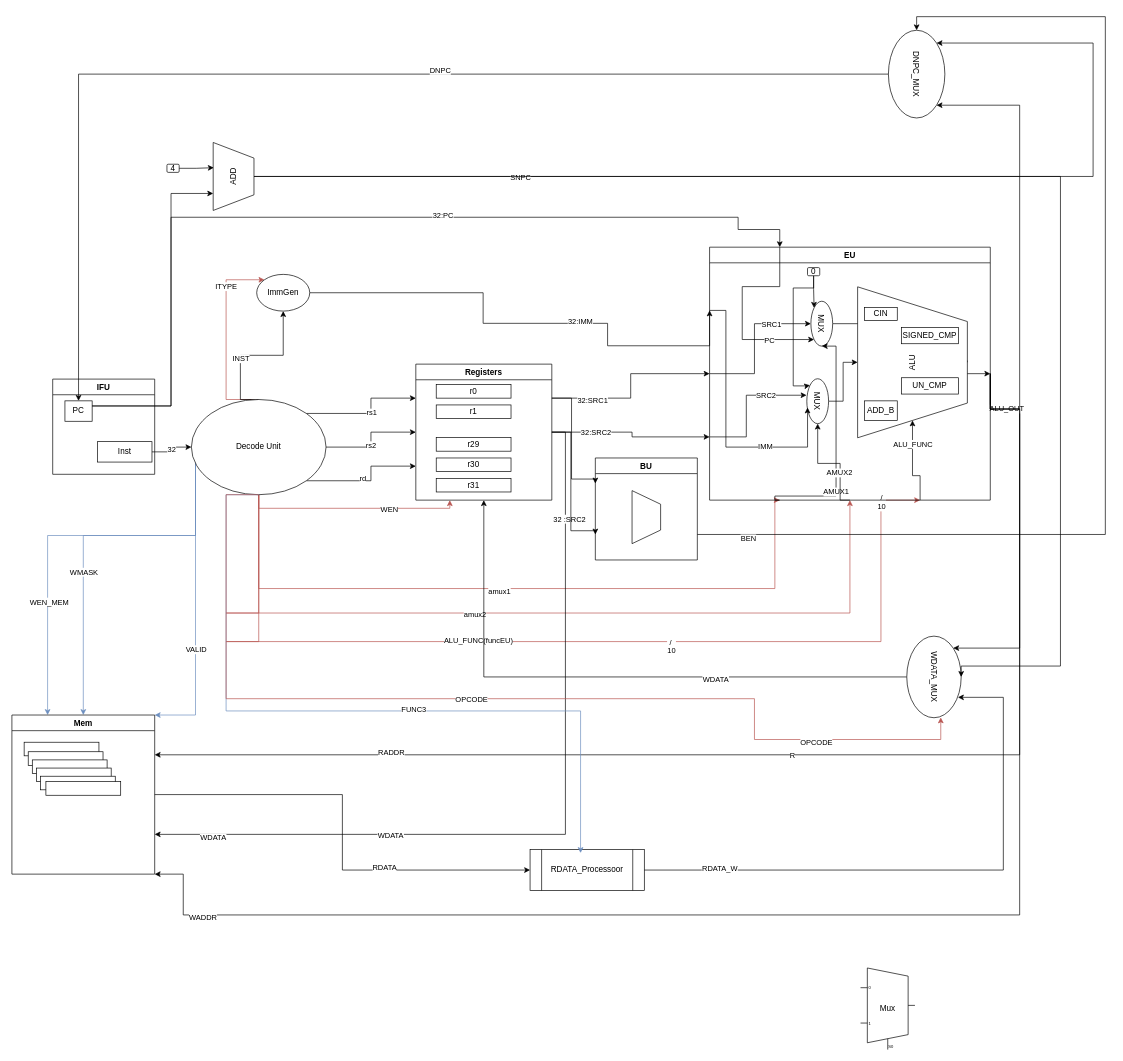
This is page "第 1 页" (1 of 3) of cpu.drawio from rand-kcs/cpu-design, a draw.io file, before an edit. Source tidied: cells renumbered, new cells numbered last; positions are measured from the earlier drawing's top-left corner, leaving out a move shared by most shapes. Both pictures are drawn from the tidied source at 68%, with x=0, y=0 at pixel (12, 16).
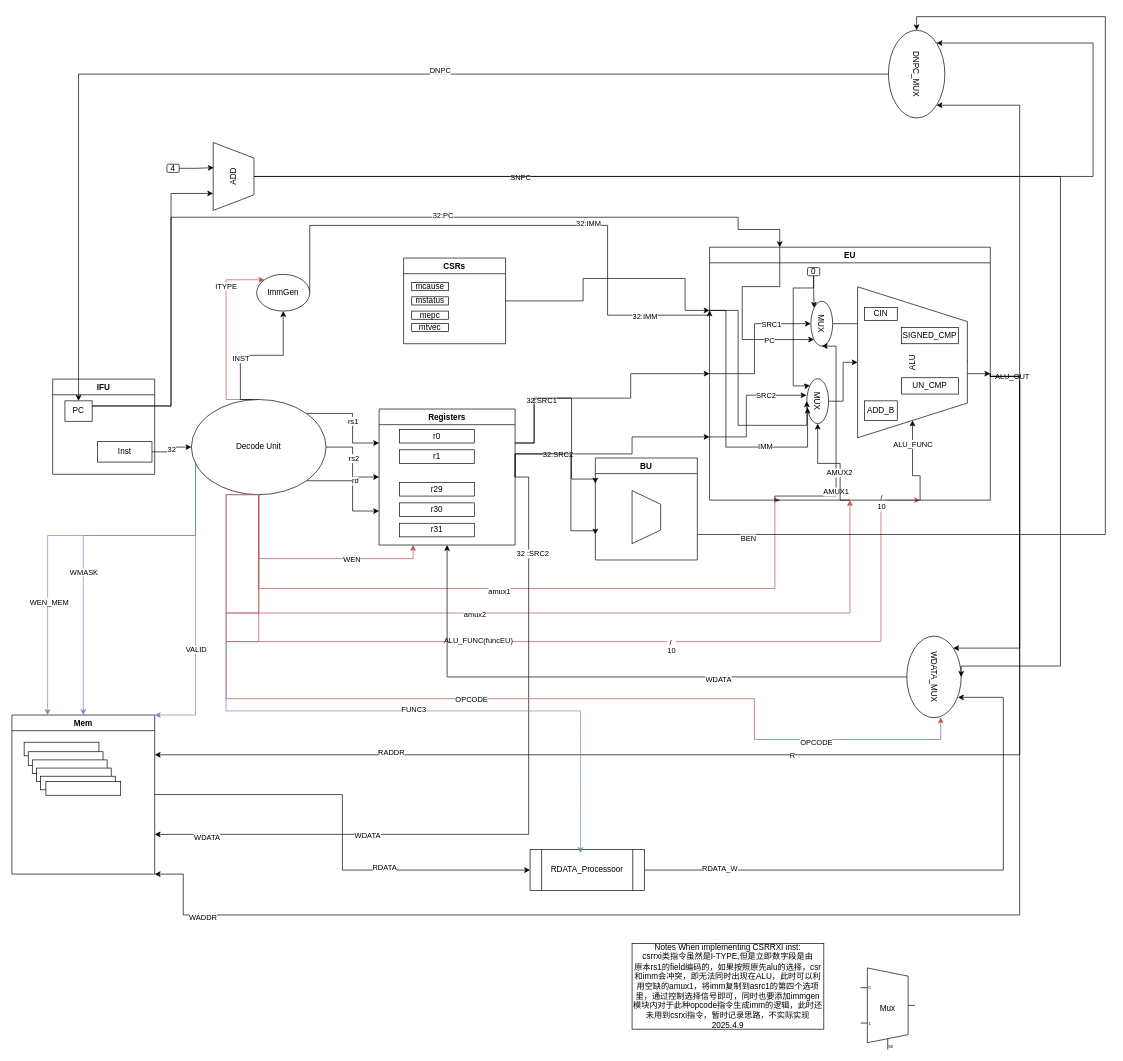
Above is the later version.

Commit message:
half work on CSR

The change refers to these unchanged cells:
```xml
<mxCell id="38" value="Mem" style="swimlane;whiteSpace=wrap;html=1;" parent="1" vertex="1">
  <mxGeometry y="1027" width="210" height="234" as="geometry" />
</mxCell>
<mxCell id="61" value="ImmGen" style="ellipse;whiteSpace=wrap;html=1;" parent="1" vertex="1">
  <mxGeometry x="360" y="379" width="78" height="54" as="geometry" />
</mxCell>
<mxCell id="69" value="EU" style="swimlane;whiteSpace=wrap;html=1;" parent="1" vertex="1">
  <mxGeometry x="1026" y="339" width="412.8" height="372" as="geometry" />
</mxCell>
<mxCell id="77" value="MUX" style="ellipse;whiteSpace=wrap;html=1;rotation=90;" parent="69" vertex="1">
  <mxGeometry x="126" y="210.5" width="66" height="32" as="geometry" />
</mxCell>
<mxCell id="101" value="WDATA_MUX" style="ellipse;whiteSpace=wrap;html=1;rotation=90;" parent="1" vertex="1">
  <mxGeometry x="1296" y="931" width="120" height="80" as="geometry" />
</mxCell>
<mxCell id="112" value="DNPC_MUX" style="ellipse;whiteSpace=wrap;html=1;rotation=90;" parent="1" vertex="1">
  <mxGeometry x="1266" y="43" width="129" height="83" as="geometry" />
</mxCell>
<mxCell id="123" value="BU" style="swimlane;whiteSpace=wrap;html=1;" parent="1" vertex="1">
  <mxGeometry x="858" y="649" width="150" height="150" as="geometry" />
</mxCell>
```

What changed in the source:
```diff
@@
     <mxCell id="36" style="edgeStyle=orthogonalEdgeStyle;rounded=0;jettySize=auto;html=1;exitX=1;exitY=0.25;exitDx=0;exitDy=0;entryX=0;entryY=0.5;entryDx=0;entryDy=0;" parent="1" edge="1" source="53" target="69">
       <mxGeometry relative="1" as="geometry">
         <Array as="points">
+          <mxPoint x="768" y="627" />
+          <mxPoint x="768" y="561" />
           <mxPoint x="910" y="561" />
           <mxPoint x="910" y="525" />
         </Array>
       </mxGeometry>
     </mxCell>
@@
     <mxCell id="45" style="edgeStyle=orthogonalEdgeStyle;rounded=0;jettySize=auto;html=1;exitX=1;exitY=0.5;exitDx=0;exitDy=0;entryX=0;entryY=0.75;entryDx=0;entryDy=0;" parent="1" edge="1" source="53" target="69">
       <mxGeometry relative="1" as="geometry">
         <Array as="points">
-          <mxPoint x="912" y="611" />
+          <mxPoint x="740" y="643" />
+          <mxPoint x="912" y="643" />
           <mxPoint x="912" y="618" />
         </Array>
       </mxGeometry>
     </mxCell>
@@
     <mxCell id="51" style="edgeStyle=orthogonalEdgeStyle;rounded=0;jettySize=auto;html=1;exitX=1;exitY=0.25;exitDx=0;exitDy=0;entryX=0;entryY=0.25;entryDx=0;entryDy=0;" parent="1" edge="1" source="53" target="123">
       <mxGeometry relative="1" as="geometry">
         <Array as="points">
+          <mxPoint x="768" y="627" />
+          <mxPoint x="768" y="561" />
           <mxPoint x="823" y="561" />
           <mxPoint x="823" y="680" />
+          <mxPoint x="858" y="680" />
         </Array>
       </mxGeometry>
     </mxCell>
     <mxCell id="52" style="edgeStyle=orthogonalEdgeStyle;rounded=0;jettySize=auto;html=1;exitX=1;exitY=0.5;exitDx=0;exitDy=0;entryX=0;entryY=0.75;entryDx=0;entryDy=0;" parent="1" edge="1" source="53" target="123">
       <mxGeometry relative="1" as="geometry">
         <Array as="points">
-          <mxPoint x="822" y="611" />
+          <mxPoint x="740" y="643" />
+          <mxPoint x="822" y="643" />
           <mxPoint x="822" y="756" />
           <mxPoint x="858" y="756" />
         </Array>
       </mxGeometry>
     </mxCell>
     <mxCell id="53" value="Registers" style="swimlane;whiteSpace=wrap;html=1;" parent="1" vertex="1">
-      <mxGeometry x="594" y="511" width="200" height="200" as="geometry" />
+      <mxGeometry x="540" y="577" width="200" height="200" as="geometry" />
     </mxCell>
@@
     <mxCell id="59" style="edgeStyle=orthogonalEdgeStyle;rounded=0;jettySize=auto;html=1;exitX=1;exitY=0.5;exitDx=0;exitDy=0;entryX=0;entryY=0.25;entryDx=0;entryDy=0;" parent="1" edge="1" source="61" target="69">
       <mxGeometry relative="1" as="geometry">
         <Array as="points">
-          <mxPoint x="693" y="406" />
-          <mxPoint x="693" y="451" />
-          <mxPoint x="876" y="451" />
-          <mxPoint x="876" y="484" />
+          <mxPoint x="438" y="307" />
+          <mxPoint x="876" y="307" />
+          <mxPoint x="876" y="439" />
+          <mxPoint x="1026" y="439" />
         </Array>
       </mxGeometry>
     </mxCell>
@@
+    <mxCell id="125" value="32:IMM" style="edgeLabel;html=1;align=center;verticalAlign=middle;" parent="59" vertex="1">
+      <mxGeometry x="0.75" y="-1" relative="1" as="geometry" />
+    </mxCell>
@@
     <mxCell id="62" style="edgeStyle=orthogonalEdgeStyle;rounded=0;jettySize=auto;html=1;exitX=1;exitY=0.5;exitDx=0;exitDy=0;entryX=0;entryY=0;entryDx=0;entryDy=0;" parent="1" edge="1" source="69" target="101">
       <mxGeometry relative="1" as="geometry">
         <Array as="points">
-          <mxPoint x="1482" y="577" />
+          <mxPoint x="1439" y="529" />
+          <mxPoint x="1482" y="529" />
           <mxPoint x="1482" y="929" />
         </Array>
       </mxGeometry>
     </mxCell>
     <mxCell id="63" value="ALU_OUT" style="edgeLabel;html=1;align=center;verticalAlign=middle;" parent="62" vertex="1">
-      <mxGeometry x="-0.72" y="1" relative="1" as="geometry" />
+      <mxGeometry x="-0.72" y="1" relative="1" as="geometry">
+        <mxPoint x="-13" y="-28" as="offset" />
+      </mxGeometry>
     </mxCell>
     <mxCell id="64" style="edgeStyle=orthogonalEdgeStyle;rounded=0;jettySize=auto;html=1;exitX=1;exitY=0.5;exitDx=0;exitDy=0;entryX=1;entryY=0;entryDx=0;entryDy=0;" parent="1" edge="1" source="69" target="112">
       <mxGeometry relative="1" as="geometry">
         <Array as="points">
-          <mxPoint x="1482" y="577" />
+          <mxPoint x="1439" y="529" />
+          <mxPoint x="1482" y="529" />
           <mxPoint x="1482" y="130" />
         </Array>
       </mxGeometry>
     </mxCell>
     <mxCell id="65" value="R" style="edgeStyle=orthogonalEdgeStyle;rounded=0;jettySize=auto;html=1;exitX=1;exitY=0.5;exitDx=0;exitDy=0;entryX=1;entryY=0.25;entryDx=0;entryDy=0;" parent="1" edge="1" source="69" target="38">
       <mxGeometry relative="1" as="geometry">
         <Array as="points">
-          <mxPoint x="1482" y="577" />
+          <mxPoint x="1439" y="529" />
+          <mxPoint x="1482" y="529" />
           <mxPoint x="1482" y="1086" />
         </Array>
       </mxGeometry>
     </mxCell>
@@
     <mxCell id="67" style="edgeStyle=orthogonalEdgeStyle;rounded=0;jettySize=auto;html=1;exitX=1;exitY=0.5;exitDx=0;exitDy=0;entryX=1;entryY=1;entryDx=0;entryDy=0;" parent="1" edge="1" source="69" target="38">
       <mxGeometry relative="1" as="geometry">
         <Array as="points">
-          <mxPoint x="1482" y="577" />
+          <mxPoint x="1439" y="529" />
+          <mxPoint x="1482" y="529" />
           <mxPoint x="1482" y="1321" />
           <mxPoint x="252" y="1321" />
           <mxPoint x="252" y="1261" />
         </Array>
       </mxGeometry>
     </mxCell>
@@
+    <mxCell id="126" style="edgeStyle=orthogonalEdgeStyle;rounded=0;jettySize=auto;html=1;exitX=0;exitY=0.25;exitDx=0;exitDy=0;entryX=0.5;entryY=1;entryDx=0;entryDy=0;" parent="69" edge="1" source="69" target="77">
+      <mxGeometry relative="1" as="geometry">
+        <Array as="points">
+          <mxPoint x="42" y="93" />
+          <mxPoint x="42" y="262" />
+          <mxPoint x="143" y="262" />
+        </Array>
+      </mxGeometry>
+    </mxCell>
@@
+    <mxCell id="127" style="edgeStyle=orthogonalEdgeStyle;rounded=0;jettySize=auto;html=1;exitX=1;exitY=0.5;exitDx=0;exitDy=0;entryX=0;entryY=0.25;entryDx=0;entryDy=0;" parent="1" edge="1" source="128" target="69">
+      <mxGeometry relative="1" as="geometry">
+        <Array as="points">
+          <mxPoint x="840" y="418" />
+          <mxPoint x="840" y="385" />
+          <mxPoint x="990" y="385" />
+          <mxPoint x="990" y="432" />
+        </Array>
+      </mxGeometry>
+    </mxCell>
+    <mxCell id="128" value="CSRs" style="swimlane;whiteSpace=wrap;html=1;" parent="1" vertex="1">
+      <mxGeometry x="576" y="355" width="150" height="126" as="geometry" />
+    </mxCell>
+    <mxCell id="129" value="mcause" style="rounded=0;whiteSpace=wrap;html=1;" parent="128" vertex="1">
+      <mxGeometry x="12" y="36" width="54" height="12" as="geometry" />
+    </mxCell>
+    <mxCell id="130" value="mstatus" style="rounded=0;whiteSpace=wrap;html=1;" parent="128" vertex="1">
+      <mxGeometry x="12" y="57" width="54" height="12" as="geometry" />
+    </mxCell>
+    <mxCell id="131" value="mepc" style="rounded=0;whiteSpace=wrap;html=1;" parent="128" vertex="1">
+      <mxGeometry x="12" y="78" width="54" height="12" as="geometry" />
+    </mxCell>
+    <mxCell id="132" value="mtvec" style="rounded=0;whiteSpace=wrap;html=1;" parent="128" vertex="1">
+      <mxGeometry x="12" y="96" width="54" height="12" as="geometry" />
+    </mxCell>
+    <mxCell id="133" value="Notes When implementing CSRRXI inst:&lt;br&gt;csrrxi类指令虽然是I-TYPE,但是立即数字段是由&lt;br&gt;原本rs1的field编码的，如果按照原先alu的选择，csr和imm会冲突，即无法同时出现在ALU，此时可以利用空缺的amux1，将imm复制到asrc1的第四个选项里，通过控制选择信号即可，同时也要添加immgen模块内对于此种opcode指令生成imm的逻辑，此时还未用到csrxi指令，暂时记录思路，不实际实现&lt;br&gt;2025.4.9" style="whiteSpace=wrap;html=1;" parent="1" vertex="1">
+      <mxGeometry x="912" y="1363" width="282" height="126" as="geometry" />
+    </mxCell>
```
